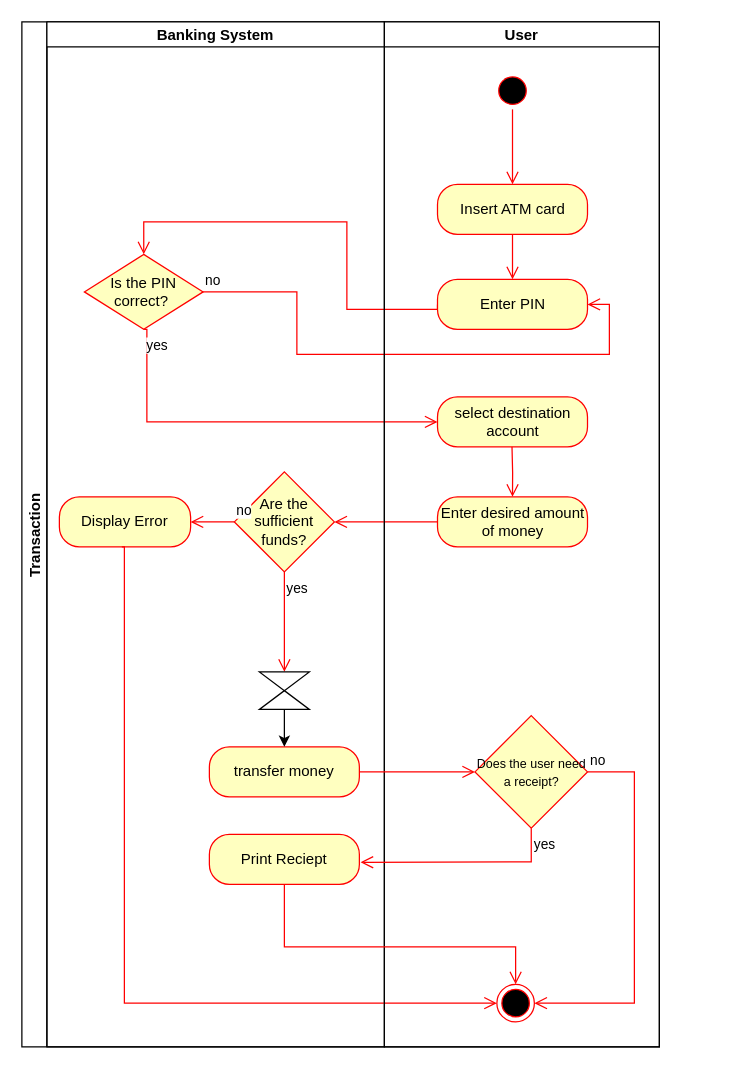
LoneStreetSkater/DRAW.IO keeps this draw.io diagram as Activity ATM.drawio. Above is the earlier version. Source tidied: cells renumbered, new cells numbered last; positions are measured from the earlier drawing's top-left corner, leaving out a move shared by most shapes. Both pictures are drawn from the tidied source at 125%, with x=0, y=0 at pixel (21, 21).
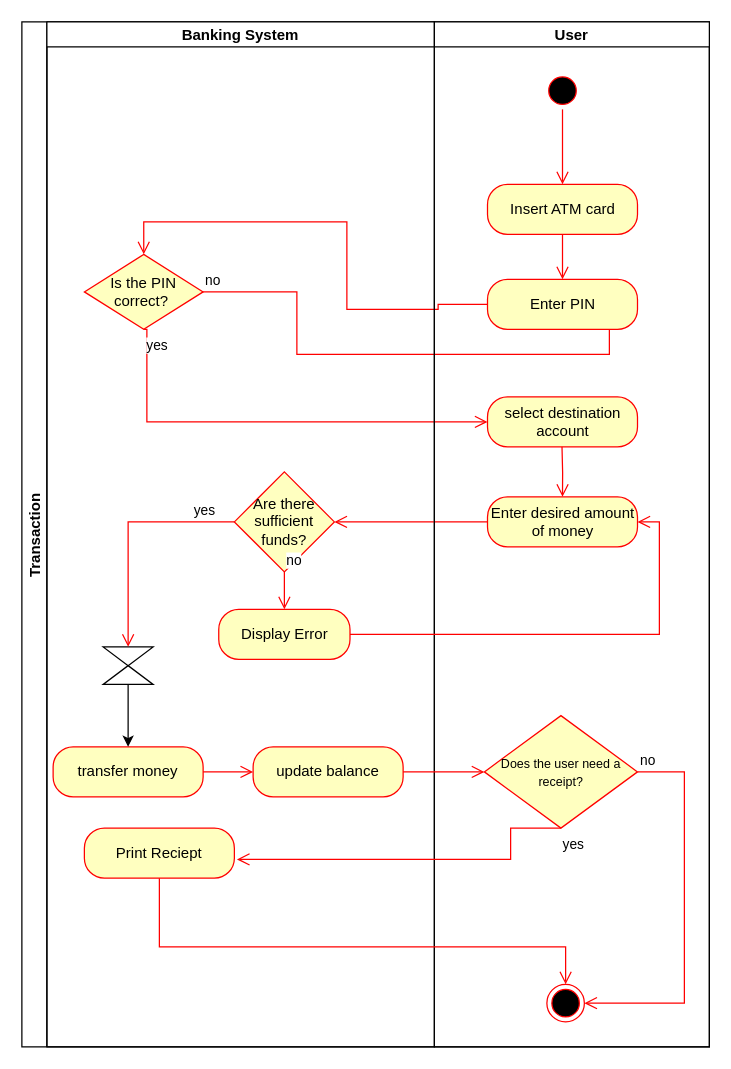
The same diagram, later.

Commit message:
added update balance + a few more changes.drawio

Unchanged cells that the change refers to:
```xml
<mxCell id="26" value="Enter desired amount of money" style="rounded=1;whiteSpace=wrap;html=1;arcSize=40;fontColor=#000000;fillColor=#ffffc0;strokeColor=#ff0000;" parent="18" vertex="1">
  <mxGeometry x="42.5" y="380" width="120" height="40" as="geometry" />
</mxCell>
<mxCell id="27" style="ellipse;html=1;shape=endState;fillColor=#000000;strokeColor=#ff0000;" parent="18" vertex="1">
  <mxGeometry x="90" y="770" width="30" height="30" as="geometry" />
</mxCell>
```

Change to the diagram source:
```diff
@@
     <mxCell id="2" value="Transaction" style="swimlane;startSize=20;horizontal=0;" parent="1" vertex="1">
-      <mxGeometry width="510" height="820" as="geometry" />
+      <mxGeometry width="550" height="820" as="geometry" />
     </mxCell>
@@
     <mxCell id="6" value="Banking System" style="swimlane;startSize=20;" parent="2" vertex="1">
-      <mxGeometry x="20" width="270" height="820" as="geometry" />
+      <mxGeometry x="20" width="310" height="820" as="geometry" />
     </mxCell>
@@
-    <mxCell id="8" value="Are the sufficient funds?" style="rhombus;whiteSpace=wrap;html=1;fontColor=#000000;fillColor=#ffffc0;strokeColor=#ff0000;" parent="6" vertex="1">
+    <mxCell id="8" value="Are there sufficient funds?" style="rhombus;whiteSpace=wrap;html=1;fontColor=#000000;fillColor=#ffffc0;strokeColor=#ff0000;" parent="6" vertex="1">
       <mxGeometry x="150" y="360" width="80" height="80" as="geometry" />
     </mxCell>
     <mxCell id="9" value="Display Error" style="rounded=1;whiteSpace=wrap;html=1;arcSize=40;fontColor=#000000;fillColor=#ffffc0;strokeColor=#ff0000;" parent="6" vertex="1">
-      <mxGeometry x="10" y="380" width="105" height="40" as="geometry" />
+      <mxGeometry x="137.5" y="470" width="105" height="40" as="geometry" />
     </mxCell>
-    <mxCell id="10" value="no" style="edgeStyle=orthogonalEdgeStyle;html=1;align=left;verticalAlign=bottom;endArrow=open;endSize=8;strokeColor=#ff0000;rounded=0;exitX=0;exitY=0.5;exitDx=0;exitDy=0;entryX=1;entryY=0.5;entryDx=0;entryDy=0;" parent="6" edge="1" source="8" target="9">
-      <mxGeometry x="-1" relative="1" as="geometry">
-        <Array as="points">
-          <mxPoint x="150" y="400" />
-          <mxPoint x="150" y="400" />
-        </Array>
-      </mxGeometry>
-    </mxCell>
     <mxCell id="11" value="transfer money" style="rounded=1;whiteSpace=wrap;html=1;arcSize=40;fontColor=#000000;fillColor=#ffffc0;strokeColor=#ff0000;" parent="6" vertex="1">
-      <mxGeometry x="130" y="580" width="120" height="40" as="geometry" />
+      <mxGeometry x="5" y="580" width="120" height="40" as="geometry" />
     </mxCell>
-    <mxCell id="12" value="yes" style="edgeStyle=orthogonalEdgeStyle;html=1;align=left;verticalAlign=top;endArrow=open;endSize=8;strokeColor=#ff0000;rounded=0;entryX=0.5;entryY=0;entryDx=0;entryDy=0;" parent="6" edge="1" source="8" target="15">
-      <mxGeometry x="-1" relative="1" as="geometry">
-        <Array as="points">
-          <mxPoint x="190" y="520" />
-        </Array>
-      </mxGeometry>
-    </mxCell>
-    <mxCell id="13" style="edgeStyle=orthogonalEdgeStyle;html=1;verticalAlign=bottom;endArrow=open;endSize=8;strokeColor=#ff0000;rounded=0;entryX=0;entryY=0.5;entryDx=0;entryDy=0;" parent="6" edge="1" target="27">
-      <mxGeometry relative="1" as="geometry">
-        <mxPoint x="60" y="420" as="sourcePoint" />
-        <Array as="points">
-          <mxPoint x="62" y="785" />
-        </Array>
-      </mxGeometry>
-    </mxCell>
@@
     <mxCell id="15" style="shape=collate;html=1;" parent="6" vertex="1">
-      <mxGeometry x="170" y="520" width="40" height="30" as="geometry" />
+      <mxGeometry x="45" y="500" width="40" height="30" as="geometry" />
     </mxCell>
     <mxCell id="16" value="Print Reciept" style="rounded=1;whiteSpace=wrap;html=1;arcSize=40;fontColor=#000000;fillColor=#ffffc0;strokeColor=#ff0000;" parent="6" vertex="1">
-      <mxGeometry x="130" y="650" width="120" height="40" as="geometry" />
+      <mxGeometry x="30" y="645" width="120" height="40" as="geometry" />
     </mxCell>
+    <mxCell id="10" value="no" style="edgeStyle=orthogonalEdgeStyle;html=1;align=left;verticalAlign=bottom;endArrow=open;endSize=8;strokeColor=#ff0000;rounded=0;entryX=0.5;entryY=0;entryDx=0;entryDy=0;" parent="6" edge="1" target="9">
+      <mxGeometry x="-1" relative="1" as="geometry">
+        <mxPoint x="190" y="440" as="sourcePoint" />
+        <Array as="points">
+          <mxPoint x="190" y="460" />
+          <mxPoint x="190" y="460" />
+        </Array>
+      </mxGeometry>
+    </mxCell>
+    <mxCell id="12" style="edgeStyle=orthogonalEdgeStyle;html=1;align=left;verticalAlign=top;endArrow=open;endSize=8;strokeColor=#ff0000;rounded=0;entryX=0.5;entryY=0;entryDx=0;entryDy=0;exitX=0;exitY=0.5;exitDx=0;exitDy=0;" parent="6" edge="1" source="8" target="15">
+      <mxGeometry x="-1" relative="1" as="geometry">
+        <Array as="points">
+          <mxPoint x="65" y="400" />
+        </Array>
+      </mxGeometry>
+    </mxCell>
+    <mxCell id="33" value="yes" style="edgeLabel;html=1;align=center;verticalAlign=middle;" parent="12" vertex="1">
+      <mxGeometry x="-0.82" y="1" relative="1" as="geometry">
+        <mxPoint x="-8" y="-11" as="offset" />
+      </mxGeometry>
+    </mxCell>
+    <mxCell id="34" value="update balance" style="rounded=1;whiteSpace=wrap;html=1;arcSize=40;fontColor=#000000;fillColor=#ffffc0;strokeColor=#ff0000;" parent="6" vertex="1">
+      <mxGeometry x="165" y="580" width="120" height="40" as="geometry" />
+    </mxCell>
+    <mxCell id="32" style="edgeStyle=orthogonalEdgeStyle;html=1;verticalAlign=bottom;endArrow=open;endSize=8;strokeColor=#ff0000;rounded=0;exitX=1;exitY=0.5;exitDx=0;exitDy=0;entryX=0;entryY=0.5;entryDx=0;entryDy=0;" parent="6" edge="1" source="11" target="34">
+      <mxGeometry relative="1" as="geometry" />
+    </mxCell>
@@
     <mxCell id="18" value="User" style="swimlane;startSize=20;" parent="2" vertex="1">
-      <mxGeometry x="290" width="220" height="820" as="geometry" />
+      <mxGeometry x="330" width="220" height="820" as="geometry" />
     </mxCell>
@@
     <mxCell id="28" value="&lt;span style=&quot;font-size: 10px;&quot;&gt;Does the user need a receipt?&lt;/span&gt;" style="rhombus;whiteSpace=wrap;html=1;fontColor=#000000;fillColor=#ffffc0;strokeColor=#ff0000;" parent="18" vertex="1">
-      <mxGeometry x="72.5" y="555" width="90" height="90" as="geometry" />
+      <mxGeometry x="40" y="555" width="122.5" height="90" as="geometry" />
     </mxCell>
@@
-    <mxCell id="31" value="yes" style="edgeStyle=orthogonalEdgeStyle;html=1;align=left;verticalAlign=top;endArrow=open;endSize=8;strokeColor=#ff0000;rounded=0;entryX=1.008;entryY=0.558;entryDx=0;entryDy=0;exitX=0.5;exitY=1;exitDx=0;exitDy=0;entryPerimeter=0;" parent="2" edge="1" source="28" target="16">
+    <mxCell id="31" value="yes" style="edgeStyle=orthogonalEdgeStyle;html=1;align=left;verticalAlign=top;endArrow=open;endSize=8;strokeColor=#ff0000;rounded=0;exitX=0.5;exitY=1;exitDx=0;exitDy=0;entryX=1.017;entryY=0.625;entryDx=0;entryDy=0;entryPerimeter=0;" parent="2" edge="1" source="28" target="16">
       <mxGeometry x="-1" relative="1" as="geometry">
         <Array as="points">
-          <mxPoint x="408" y="672" />
-          <mxPoint x="408" y="672" />
+          <mxPoint x="391" y="670" />
         </Array>
       </mxGeometry>
     </mxCell>
-    <mxCell id="32" style="edgeStyle=orthogonalEdgeStyle;html=1;verticalAlign=bottom;endArrow=open;endSize=8;strokeColor=#ff0000;rounded=0;exitX=1;exitY=0.5;exitDx=0;exitDy=0;entryX=0;entryY=0.5;entryDx=0;entryDy=0;" parent="2" edge="1" source="11" target="28">
-      <mxGeometry relative="1" as="geometry" />
-    </mxCell>
+    <mxCell id="35" style="edgeStyle=orthogonalEdgeStyle;html=1;verticalAlign=bottom;endArrow=open;endSize=8;strokeColor=#ff0000;rounded=0;exitX=1;exitY=0.5;exitDx=0;exitDy=0;entryX=1;entryY=0.5;entryDx=0;entryDy=0;" parent="2" edge="1" source="9" target="26">
+      <mxGeometry relative="1" as="geometry">
+        <Array as="points">
+          <mxPoint x="510" y="490" />
+          <mxPoint x="510" y="400" />
+        </Array>
+      </mxGeometry>
+    </mxCell>
+    <mxCell id="36" style="edgeStyle=orthogonalEdgeStyle;html=1;verticalAlign=bottom;endArrow=open;endSize=8;strokeColor=#ff0000;rounded=0;exitX=1;exitY=0.5;exitDx=0;exitDy=0;entryX=0;entryY=0.5;entryDx=0;entryDy=0;" parent="2" edge="1" source="34" target="28">
+      <mxGeometry relative="1" as="geometry" />
+    </mxCell>
```
